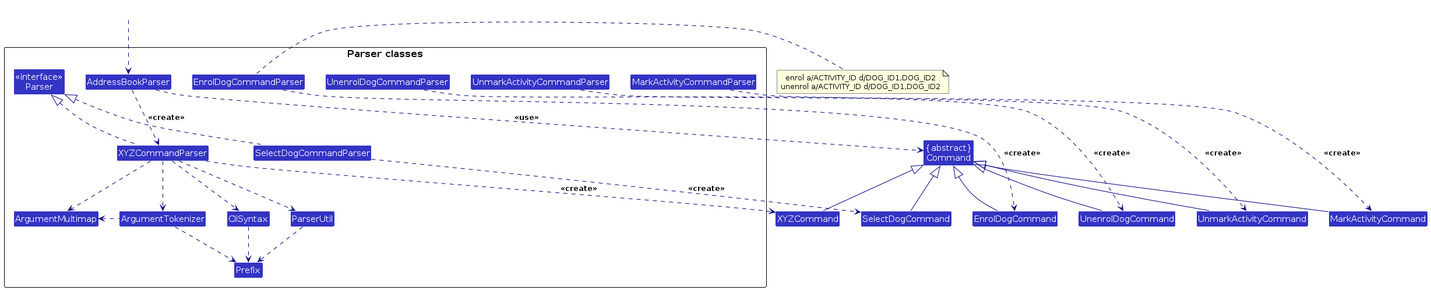
This is diagrams/ParserClasses.png from AY2627S1-CS2103T-T15-4/tp, a PlantUML export, as it was before one commit. Its source is kept beside it as diagrams/ParserClasses.puml.
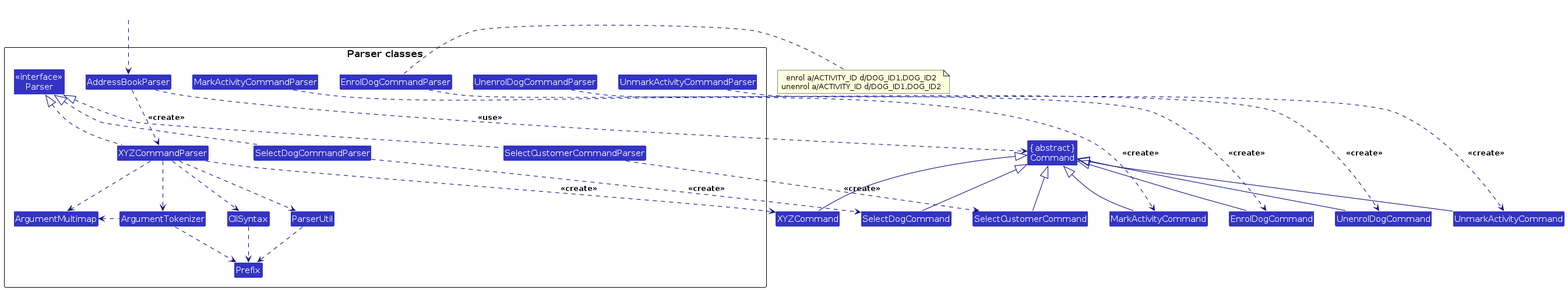
After the commit.

The edit, as a diff of the source:
```diff
@@ -16,6 +16,7 @@
 Class MarkActivityCommandParser
 Class UnmarkActivityCommandParser
 Class SelectDogCommandParser
+Class SelectCustomerCommandParser
 Class CliSyntax
 Class ParserUtil
 Class ArgumentMultimap
@@ -34,6 +35,7 @@
 MarkActivityCommandParser ..> MarkActivityCommand : <<create>>
 UnmarkActivityCommandParser ..> UnmarkActivityCommand : <<create>>
 SelectDogCommandParser ..> SelectDogCommand : <<create>>
+SelectCustomerCommandParser ..> SelectCustomerCommand : <<create>>
 AddressBookParser ..> Command : <<use>>
 XYZCommandParser .up.|> Parser
 XYZCommandParser ..> ArgumentMultimap
@@ -50,7 +52,9 @@
 MarkActivityCommand -up-|> Command
 UnmarkActivityCommand -up-|> Command
 SelectDogCommand -up-|> Command
+SelectCustomerCommand -up-|> Command
 SelectDogCommandParser .up.|> Parser
+SelectCustomerCommandParser .up.|> Parser
 note right of EnrolDogCommandParser
   enrol a/ACTIVITY_ID d/DOG_ID1,DOG_ID2
   unenrol a/ACTIVITY_ID d/DOG_ID1,DOG_ID2
```
